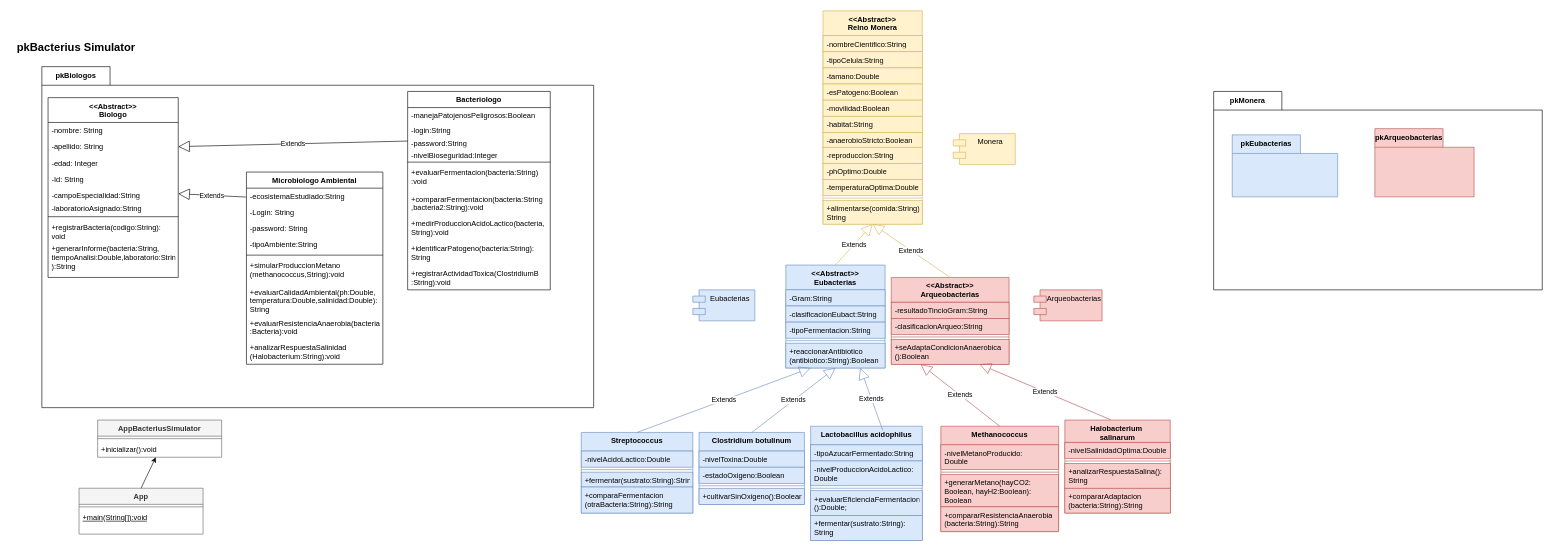
C-b4s/GrupoCinco_ReinoMonera keeps this draw.io diagram as Design/ClassDiagrama.drawio. Above is the earlier version. Source tidied: cells renumbered, new cells numbered last; positions are measured from the earlier drawing's top-left corner, leaving out a move shared by most shapes. Both pictures are drawn from the tidied source at 62%, with x=0, y=0 at pixel (11, 11).
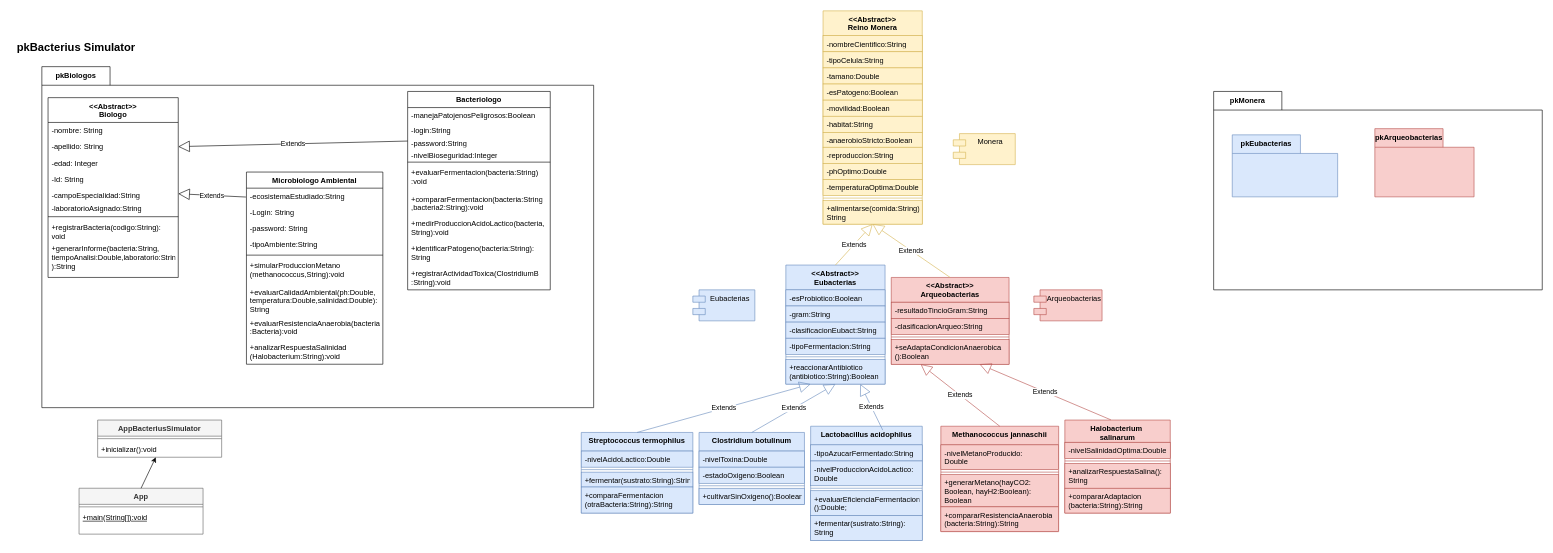
Above is the later version.

Change to the diagram source:
```diff
@@
     <mxCell id="52" value="&amp;lt;&amp;lt;Abstract&amp;gt;&amp;gt;&lt;div&gt;Eubacterias&lt;/div&gt;" style="swimlane;fontStyle=1;align=center;verticalAlign=top;horizontal=1;startSize=40;whiteSpace=wrap;html=1;fillColor=#dae8fc;strokeColor=#6c8ebf;" parent="1" vertex="1">
-      <mxGeometry x="1250" y="410" width="160" height="166" as="geometry" />
+      <mxGeometry x="1250" y="410" width="160" height="192" as="geometry" />
     </mxCell>
+    <mxCell id="107" value="-esProbiotico:Boolean" style="text;strokeColor=#6c8ebf;fillColor=#dae8fc;align=left;verticalAlign=top;spacingLeft=4;spacingRight=4;overflow=hidden;whiteSpace=wrap;html=1;" parent="52" vertex="1">
+      <mxGeometry y="40" width="160" height="26" as="geometry" />
+    </mxCell>
-    <mxCell id="53" value="-Gram:String" style="text;strokeColor=#6c8ebf;fillColor=#dae8fc;align=left;verticalAlign=top;spacingLeft=4;spacingRight=4;overflow=hidden;whiteSpace=wrap;html=1;" parent="52" vertex="1">
-      <mxGeometry y="40" width="160" height="26" as="geometry" />
+    <mxCell id="53" value="-gram:String" style="text;strokeColor=#6c8ebf;fillColor=#dae8fc;align=left;verticalAlign=top;spacingLeft=4;spacingRight=4;overflow=hidden;whiteSpace=wrap;html=1;" parent="52" vertex="1">
+      <mxGeometry y="66" width="160" height="26" as="geometry" />
     </mxCell>
     <mxCell id="54" value="-clasificacionEubact:String" style="text;strokeColor=#6c8ebf;fillColor=#dae8fc;align=left;verticalAlign=top;spacingLeft=4;spacingRight=4;overflow=hidden;whiteSpace=wrap;html=1;" parent="52" vertex="1">
-      <mxGeometry y="66" width="160" height="26" as="geometry" />
+      <mxGeometry y="92" width="160" height="26" as="geometry" />
     </mxCell>
     <mxCell id="55" value="-tipoFermentacion:String" style="text;strokeColor=#6c8ebf;fillColor=#dae8fc;align=left;verticalAlign=top;spacingLeft=4;spacingRight=4;overflow=hidden;whiteSpace=wrap;html=1;" parent="52" vertex="1">
-      <mxGeometry y="92" width="160" height="26" as="geometry" />
+      <mxGeometry y="118" width="160" height="26" as="geometry" />
     </mxCell>
     <mxCell id="56" style="line;strokeWidth=1;fillColor=#dae8fc;align=left;verticalAlign=middle;spacingTop=-1;spacingLeft=3;spacingRight=3;labelPosition=right;strokeColor=#6c8ebf;" parent="52" vertex="1">
-      <mxGeometry y="118" width="160" height="8" as="geometry" />
+      <mxGeometry y="144" width="160" height="8" as="geometry" />
     </mxCell>
     <mxCell id="57" value="+reaccionarAntibiotico&lt;br&gt;(antibiotico:String):Boolean" style="text;strokeColor=#6c8ebf;fillColor=#dae8fc;align=left;verticalAlign=top;spacingLeft=4;spacingRight=4;overflow=hidden;whiteSpace=wrap;html=1;" parent="52" vertex="1">
-      <mxGeometry y="126" width="160" height="40" as="geometry" />
+      <mxGeometry y="152" width="160" height="40" as="geometry" />
     </mxCell>
@@
-    <mxCell id="63" value="Streptococcus" style="swimlane;fontStyle=1;align=center;verticalAlign=top;horizontal=1;startSize=30;whiteSpace=wrap;html=1;fillColor=#dae8fc;strokeColor=#6c8ebf;" parent="1" vertex="1">
+    <mxCell id="63" value="Streptococcus termophilus" style="swimlane;fontStyle=1;align=center;verticalAlign=top;horizontal=1;startSize=30;whiteSpace=wrap;html=1;fillColor=#dae8fc;strokeColor=#6c8ebf;" parent="1" vertex="1">
       <mxGeometry x="920" y="680" width="180" height="130" as="geometry" />
     </mxCell>
@@
-    <mxCell id="79" value="Methanococcus" style="swimlane;fontStyle=1;align=center;verticalAlign=top;horizontal=1;startSize=30;whiteSpace=wrap;html=1;fillColor=#f8cecc;strokeColor=#b85450;" parent="1" vertex="1">
+    <mxCell id="79" value="Methanococcus&amp;nbsp;jannaschii" style="swimlane;fontStyle=1;align=center;verticalAlign=top;horizontal=1;startSize=30;whiteSpace=wrap;html=1;fillColor=#f8cecc;strokeColor=#b85450;" parent="1" vertex="1">
       <mxGeometry x="1500" y="670" width="190" height="170" as="geometry" />
     </mxCell>
```
